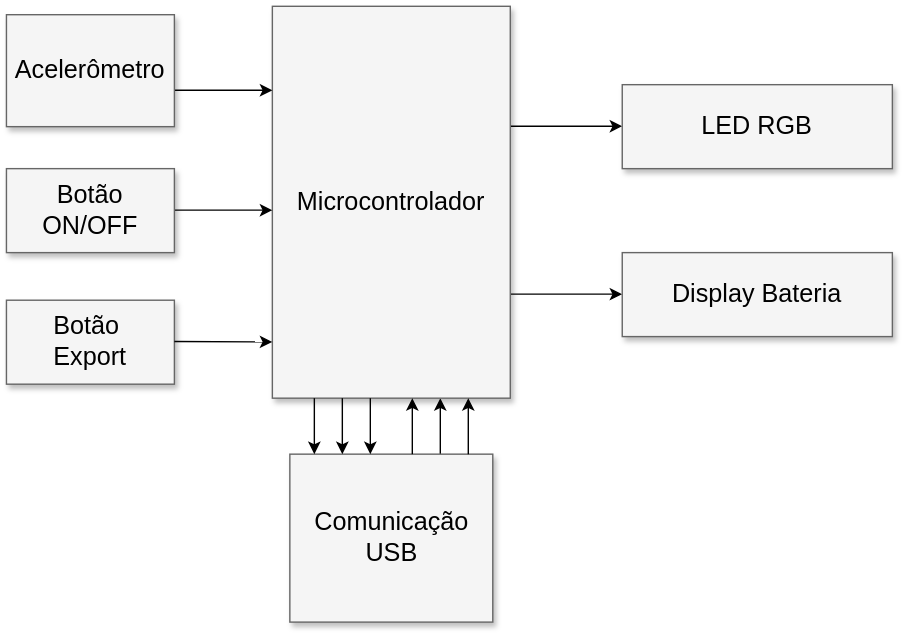
The draw.io diagram projetos/tennistracker/diagrama_estrutural.svg in teaching-FEEC/ea075-2024.1, before a commit. Source tidied: cells renumbered, new cells last; positions are measured from the earlier drawing's top-left corner, leaving out a move shared by most shapes.
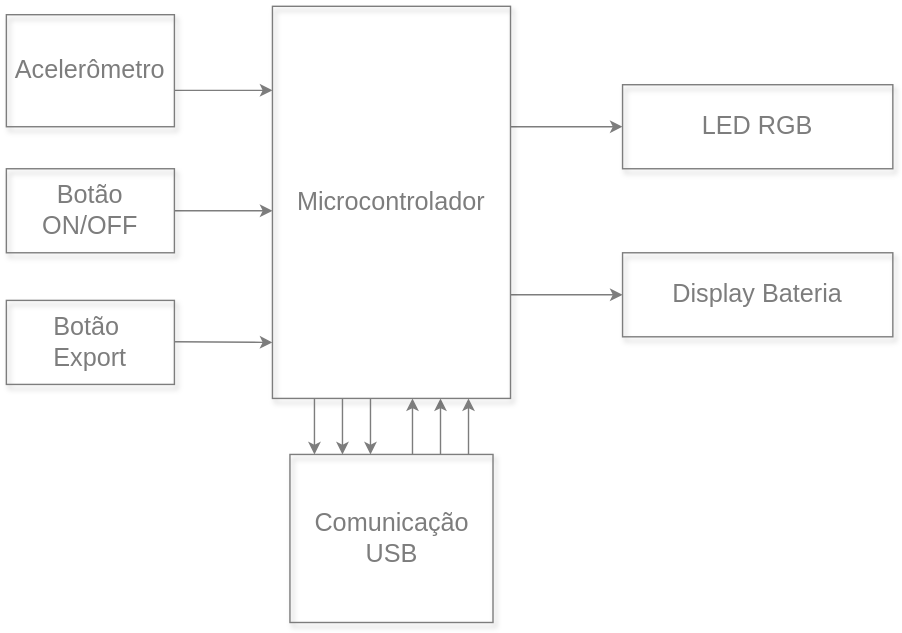
After the commit.

What changed in the source:
```diff
@@ -2,48 +2,48 @@
   <root>
     <mxCell id="0" style="html=1;" />
     <mxCell id="1" style="html=1;" parent="0" />
-    <mxCell id="2" style="edgeStyle=elbowEdgeStyle;rounded=0;html=1;startArrow=none;startFill=0;jettySize=auto;fontSize=18;elbow=vertical;" parent="1" edge="1" source="5" target="6">
+    <mxCell id="2" style="edgeStyle=elbowEdgeStyle;rounded=0;html=1;startArrow=none;startFill=0;jettySize=auto;fontSize=18;elbow=vertical;strokeColor=#7d7d7d;" parent="1" edge="1" source="5" target="6">
       <mxGeometry relative="1" as="geometry" />
     </mxCell>
-    <mxCell id="3" style="edgeStyle=elbowEdgeStyle;rounded=0;html=1;startArrow=none;startFill=0;jettySize=auto;fontSize=18;elbow=vertical;" parent="1" edge="1" source="5" target="7">
+    <mxCell id="3" style="edgeStyle=elbowEdgeStyle;rounded=0;html=1;startArrow=none;startFill=0;jettySize=auto;fontSize=18;elbow=vertical;strokeColor=#7d7d7d;" parent="1" edge="1" source="5" target="7">
       <mxGeometry relative="1" as="geometry" />
     </mxCell>
-    <mxCell id="4" style="edgeStyle=elbowEdgeStyle;rounded=0;html=1;startArrow=none;startFill=0;jettySize=auto;fontSize=18;" parent="1" edge="1" source="12" target="5">
+    <mxCell id="4" style="edgeStyle=elbowEdgeStyle;rounded=0;html=1;startArrow=none;startFill=0;jettySize=auto;fontSize=18;strokeColor=#7d7d7d;" parent="1" edge="1" source="12" target="5">
       <mxGeometry relative="1" as="geometry">
         <Array as="points">
           <mxPoint x="310" y="300" />
         </Array>
       </mxGeometry>
     </mxCell>
-    <mxCell id="5" value="Microcontrolador" style="whiteSpace=wrap;html=1;shadow=1;fontSize=18;fillColor=#f5f5f5;strokeColor=#666666;" parent="1" vertex="1">
+    <mxCell id="5" value="Microcontrolador" style="whiteSpace=wrap;html=1;shadow=1;fontSize=18;fillColor=none;strokeColor=#7D7D7D;fontColor=#7D7D7D;" parent="1" vertex="1">
       <mxGeometry x="190" width="170" height="280" as="geometry" />
     </mxCell>
-    <mxCell id="6" value="LED RGB" style="whiteSpace=wrap;html=1;shadow=1;fontSize=18;fillColor=#f5f5f5;strokeColor=#666666;" parent="1" vertex="1">
+    <mxCell id="6" value="LED RGB" style="whiteSpace=wrap;html=1;shadow=1;fontSize=18;fillColor=none;strokeColor=#7D7D7D;align=center;verticalAlign=middle;fontFamily=Helvetica;fontColor=#7D7D7D;" parent="1" vertex="1">
       <mxGeometry x="440" y="56" width="193" height="60" as="geometry" />
     </mxCell>
-    <mxCell id="7" value="Display Bateria" style="whiteSpace=wrap;html=1;shadow=1;fontSize=18;fillColor=#f5f5f5;strokeColor=#666666;" parent="1" vertex="1">
+    <mxCell id="7" value="Display Bateria" style="whiteSpace=wrap;html=1;shadow=1;fontSize=18;fillColor=none;strokeColor=#7D7D7D;align=center;verticalAlign=middle;fontFamily=Helvetica;fontColor=#7D7D7D;" parent="1" vertex="1">
       <mxGeometry x="440" y="176" width="193" height="60" as="geometry" />
     </mxCell>
-    <mxCell id="8" style="edgeStyle=elbowEdgeStyle;rounded=0;html=1;startArrow=none;startFill=0;jettySize=auto;fontSize=18;elbow=vertical;" parent="1" edge="1" source="9" target="5">
+    <mxCell id="8" style="edgeStyle=elbowEdgeStyle;rounded=0;html=1;startArrow=none;startFill=0;jettySize=auto;fontSize=18;elbow=vertical;strokeColor=#7d7d7d;" parent="1" edge="1" source="9" target="5">
       <mxGeometry relative="1" as="geometry">
         <Array as="points">
           <mxPoint x="160" y="60" />
         </Array>
       </mxGeometry>
     </mxCell>
-    <mxCell id="9" value="Acelerômetro" style="whiteSpace=wrap;html=1;shadow=1;fontSize=18;fillColor=#f5f5f5;strokeColor=#666666;" parent="1" vertex="1">
+    <mxCell id="9" value="Acelerômetro" style="whiteSpace=wrap;html=1;shadow=1;fontSize=18;fillColor=none;strokeColor=#7D7D7D;align=center;verticalAlign=middle;fontFamily=Helvetica;fontColor=#7D7D7D;" parent="1" vertex="1">
       <mxGeometry y="6" width="120" height="80" as="geometry" />
     </mxCell>
-    <mxCell id="10" style="edgeStyle=elbowEdgeStyle;rounded=0;html=1;startArrow=none;startFill=0;jettySize=auto;fontSize=18;elbow=vertical;" parent="1" edge="1" source="11" target="5">
+    <mxCell id="10" style="edgeStyle=elbowEdgeStyle;rounded=0;html=1;startArrow=none;startFill=0;jettySize=auto;fontSize=18;elbow=vertical;strokeColor=#7d7d7d;" parent="1" edge="1" source="11" target="5">
       <mxGeometry relative="1" as="geometry" />
     </mxCell>
-    <mxCell id="11" value="Botão ON/OFF" style="whiteSpace=wrap;html=1;shadow=1;fontSize=18;fillColor=#f5f5f5;strokeColor=#666666;" parent="1" vertex="1">
+    <mxCell id="11" value="Botão ON/OFF" style="whiteSpace=wrap;html=1;shadow=1;fontSize=18;fillColor=none;strokeColor=#7D7D7D;align=center;verticalAlign=middle;fontFamily=Helvetica;fontColor=#7D7D7D;" parent="1" vertex="1">
       <mxGeometry y="116" width="120" height="60" as="geometry" />
     </mxCell>
-    <mxCell id="12" value="Comunicação&lt;div&gt;USB&lt;/div&gt;" style="whiteSpace=wrap;html=1;shadow=1;fontSize=18;fillColor=#f5f5f5;strokeColor=#666666;" parent="1" vertex="1">
+    <mxCell id="12" value="Comunicação&lt;div&gt;USB&lt;/div&gt;" style="whiteSpace=wrap;html=1;shadow=1;fontSize=18;fillColor=none;strokeColor=#7D7D7D;align=center;verticalAlign=middle;fontFamily=Helvetica;fontColor=#7D7D7D;" parent="1" vertex="1">
       <mxGeometry x="202.5" y="320" width="145" height="120" as="geometry" />
     </mxCell>
-    <mxCell id="13" style="edgeStyle=elbowEdgeStyle;rounded=0;html=1;startArrow=none;startFill=0;jettySize=auto;fontSize=18;" parent="1" edge="1" source="12" target="5">
+    <mxCell id="13" style="edgeStyle=elbowEdgeStyle;rounded=0;html=1;startArrow=none;startFill=0;jettySize=auto;fontSize=18;strokeColor=#7d7d7d;" parent="1" edge="1" source="12" target="5">
       <mxGeometry relative="1" as="geometry">
         <Array as="points">
           <mxPoint x="330" y="300" />
@@ -51,7 +51,7 @@
         </Array>
       </mxGeometry>
     </mxCell>
-    <mxCell id="14" style="edgeStyle=elbowEdgeStyle;rounded=0;html=1;startArrow=none;startFill=0;jettySize=auto;orthogonalLoop=1;fontSize=18;" parent="1" edge="1">
+    <mxCell id="14" style="edgeStyle=elbowEdgeStyle;rounded=0;html=1;startArrow=none;startFill=0;jettySize=auto;orthogonalLoop=1;fontSize=18;strokeColor=#7d7d7d;" parent="1" edge="1">
       <mxGeometry relative="1" as="geometry">
         <mxPoint x="290" y="320" as="sourcePoint" />
         <mxPoint x="290" y="280" as="targetPoint" />
@@ -61,7 +61,7 @@
         </Array>
       </mxGeometry>
     </mxCell>
-    <mxCell id="15" style="edgeStyle=elbowEdgeStyle;rounded=0;html=1;startArrow=none;startFill=0;jettySize=auto;orthogonalLoop=1;fontSize=18;" parent="1" edge="1">
+    <mxCell id="15" style="edgeStyle=elbowEdgeStyle;rounded=0;html=1;startArrow=none;startFill=0;jettySize=auto;orthogonalLoop=1;fontSize=18;strokeColor=#7d7d7d;" parent="1" edge="1">
       <mxGeometry relative="1" as="geometry">
         <mxPoint x="260" y="280" as="sourcePoint" />
         <mxPoint x="260" y="320" as="targetPoint" />
@@ -71,7 +71,7 @@
         </Array>
       </mxGeometry>
     </mxCell>
-    <mxCell id="16" style="edgeStyle=elbowEdgeStyle;rounded=0;html=1;startArrow=none;startFill=0;jettySize=auto;orthogonalLoop=1;fontSize=18;" parent="1" edge="1">
+    <mxCell id="16" style="edgeStyle=elbowEdgeStyle;rounded=0;html=1;startArrow=none;startFill=0;jettySize=auto;orthogonalLoop=1;fontSize=18;strokeColor=#7d7d7d;" parent="1" edge="1">
       <mxGeometry relative="1" as="geometry">
         <mxPoint x="240" y="280" as="sourcePoint" />
         <mxPoint x="240" y="320" as="targetPoint" />
@@ -81,7 +81,7 @@
         </Array>
       </mxGeometry>
     </mxCell>
-    <mxCell id="17" style="edgeStyle=elbowEdgeStyle;rounded=0;html=1;startArrow=none;startFill=0;jettySize=auto;orthogonalLoop=1;fontSize=18;" parent="1" edge="1">
+    <mxCell id="17" style="edgeStyle=elbowEdgeStyle;rounded=0;html=1;startArrow=none;startFill=0;jettySize=auto;orthogonalLoop=1;fontSize=18;strokeColor=#7d7d7d;" parent="1" edge="1">
       <mxGeometry relative="1" as="geometry">
         <mxPoint x="220" y="280" as="sourcePoint" />
         <mxPoint x="220" y="320" as="targetPoint" />
@@ -91,10 +91,10 @@
         </Array>
       </mxGeometry>
     </mxCell>
-    <mxCell id="18" value="Botão&amp;nbsp;&lt;div&gt;Export&lt;/div&gt;" style="whiteSpace=wrap;html=1;shadow=1;fontSize=18;fillColor=#f5f5f5;strokeColor=#666666;" parent="1" vertex="1">
+    <mxCell id="18" value="Botão&amp;nbsp;&lt;div&gt;Export&lt;/div&gt;" style="whiteSpace=wrap;html=1;shadow=1;fontSize=18;fillColor=none;strokeColor=#7D7D7D;align=center;verticalAlign=middle;fontFamily=Helvetica;fontColor=#7D7D7D;" parent="1" vertex="1">
       <mxGeometry y="210" width="120" height="60" as="geometry" />
     </mxCell>
-    <mxCell id="19" style="edgeStyle=elbowEdgeStyle;rounded=0;html=1;startArrow=none;startFill=0;jettySize=auto;orthogonalLoop=1;fontSize=18;elbow=vertical;" parent="1" edge="1">
+    <mxCell id="19" style="edgeStyle=elbowEdgeStyle;rounded=0;html=1;startArrow=none;startFill=0;jettySize=auto;orthogonalLoop=1;fontSize=18;elbow=vertical;strokeColor=#7d7d7d;" parent="1" edge="1">
       <mxGeometry relative="1" as="geometry">
         <mxPoint x="120" y="239.5" as="sourcePoint" />
         <mxPoint x="190" y="239.5" as="targetPoint" />
```
